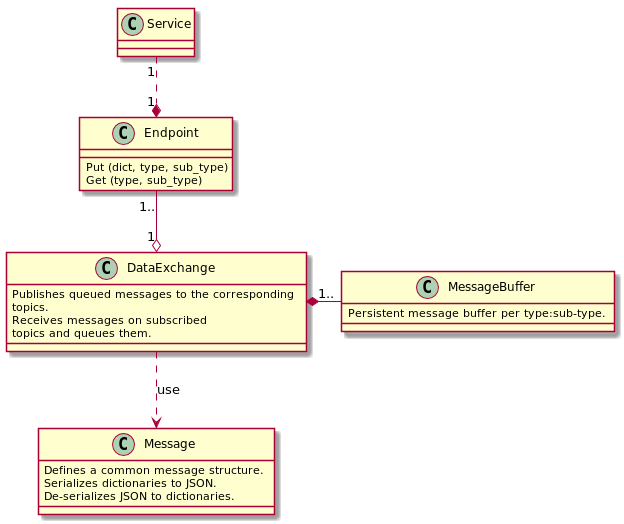
Before: doc/figures/class_DataExchange.png, a diagram exported from PlantUML (MatoMatoGit/upyiot).
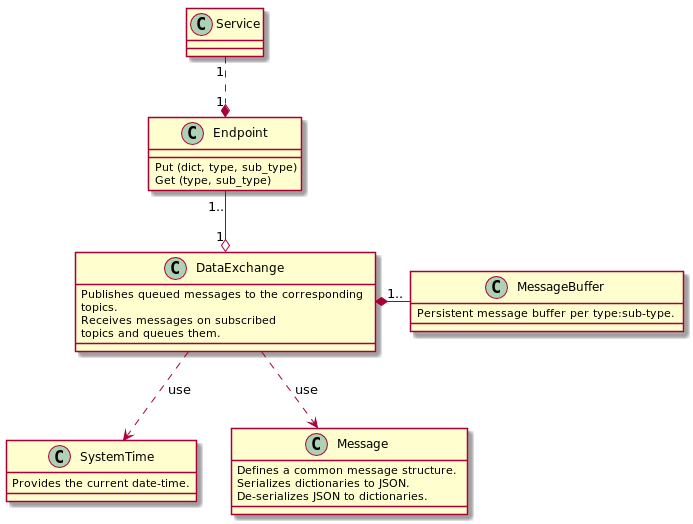
After the change.

Commit message:
* doc/puml/class_DataExchange: Updated

What changed in the source:
```diff
@@ -6,6 +6,10 @@
 }
 
 class Service {
+}
+
+class SystemTime {
+    Provides the current date-time.
 }
 
 class MessageBuffer {
@@ -29,9 +33,10 @@
 
 DataExchange ..> Message : use
 
+DataExchange ..> SystemTime : use
+
 MessageBuffer "1.." -right--* DataExchange
 
 Service "1" ..* "1" Endpoint
 
-
 @enduml
```
